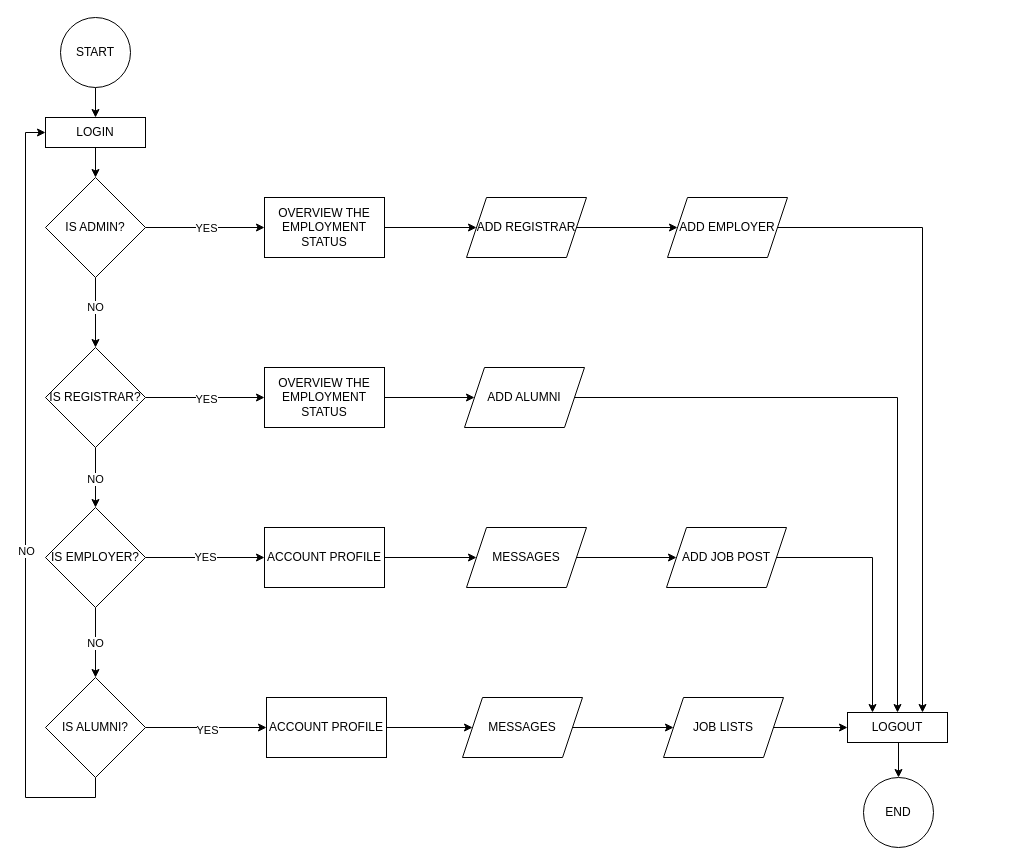
This is page "alumni flowchart" (1 of 12) of docs/FLOWCHART.drawio from 5kydriven/alumni-tracker-system-nuxt, a draw.io file, before an edit. Source tidied: cells renumbered, new cells numbered last; positions are measured from the earlier drawing's top-left corner, leaving out a move shared by most shapes. Both pictures are drawn from the tidied source at 100%, with x=0, y=0 at pixel (45, 17).
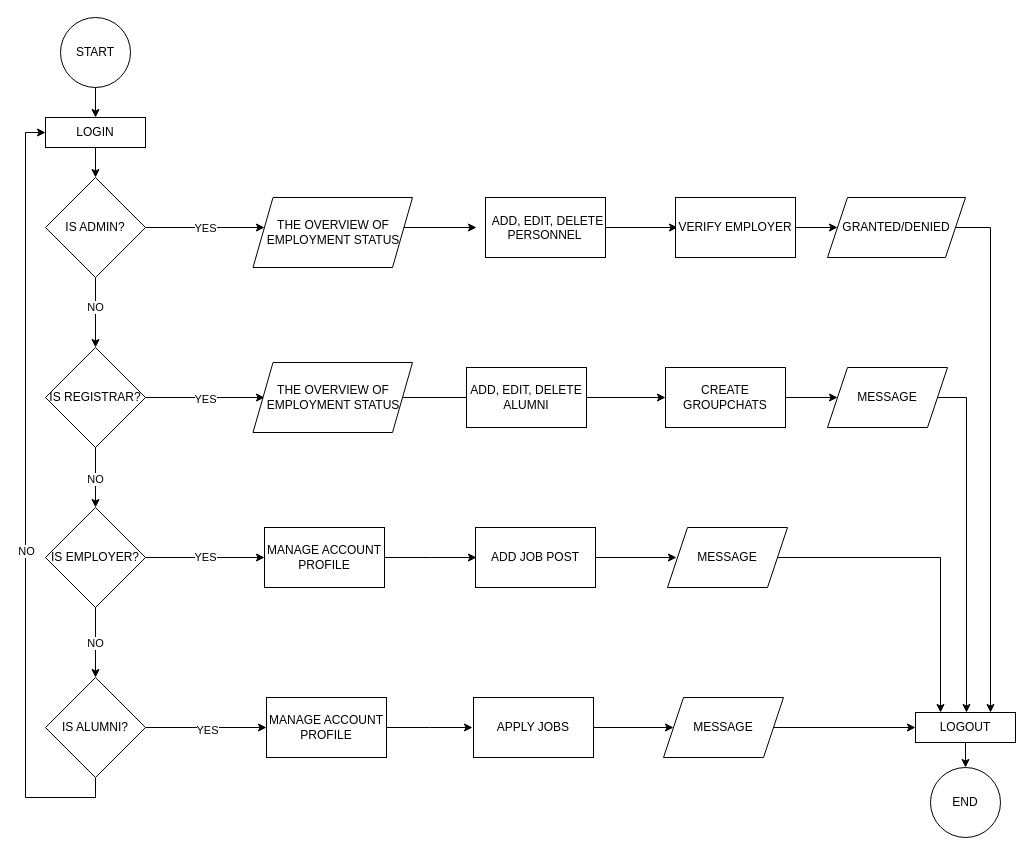
Above is the later version.

Unchanged cells that the change refers to:
```xml
<mxCell id="7" value="&lt;font face=&quot;ARIAL&quot; style=&quot;font-size: 12px;&quot;&gt;IS ADMIN?&lt;/font&gt;" style="rhombus;whiteSpace=wrap;html=1;flipV=1;" parent="1" vertex="1">
  <mxGeometry y="160" width="100" height="100" as="geometry" />
</mxCell>
<mxCell id="15" value="&lt;font face=&quot;ARIAL&quot;&gt;IS REGISTRAR?&lt;/font&gt;" style="rhombus;whiteSpace=wrap;html=1;" parent="1" vertex="1">
  <mxGeometry y="330" width="100" height="100" as="geometry" />
</mxCell>
```

What changed in the source:
```diff
@@
-    <mxCell id="5" style="edgeStyle=orthogonalEdgeStyle;rounded=0;jettySize=auto;html=1;exitX=1;exitY=0.5;exitDx=0;exitDy=0;entryX=0;entryY=0.5;entryDx=0;entryDy=0;" parent="1" edge="1" source="7" target="22">
-      <mxGeometry relative="1" as="geometry" />
+    <mxCell id="5" style="edgeStyle=orthogonalEdgeStyle;rounded=0;jettySize=auto;html=1;exitX=1;exitY=0.5;exitDx=0;exitDy=0;entryX=0;entryY=0.5;entryDx=0;entryDy=0;" parent="1" edge="1" source="7">
+      <mxGeometry relative="1" as="geometry">
+        <mxPoint x="219" y="210" as="targetPoint" />
+      </mxGeometry>
     </mxCell>
@@
-    <mxCell id="11" style="edgeStyle=orthogonalEdgeStyle;rounded=0;jettySize=auto;html=1;exitX=1;exitY=0.5;exitDx=0;exitDy=0;entryX=0;entryY=0.5;entryDx=0;entryDy=0;" parent="1" edge="1" source="15" target="24">
-      <mxGeometry relative="1" as="geometry" />
+    <mxCell id="11" style="edgeStyle=orthogonalEdgeStyle;rounded=0;jettySize=auto;html=1;exitX=1;exitY=0.5;exitDx=0;exitDy=0;entryX=0;entryY=0.5;entryDx=0;entryDy=0;" parent="1" edge="1" source="15">
+      <mxGeometry relative="1" as="geometry">
+        <mxPoint x="219" y="380" as="targetPoint" />
+      </mxGeometry>
     </mxCell>
@@
-    <mxCell id="21" style="edgeStyle=orthogonalEdgeStyle;rounded=0;jettySize=auto;html=1;exitX=1;exitY=0.5;exitDx=0;exitDy=0;entryX=0;entryY=0.5;entryDx=0;entryDy=0;" parent="1" edge="1" source="22" target="28">
-      <mxGeometry relative="1" as="geometry" />
+    <mxCell id="21" style="edgeStyle=orthogonalEdgeStyle;rounded=0;orthogonalLoop=1;jettySize=auto;html=1;exitX=1;exitY=0.5;exitDx=0;exitDy=0;entryX=0;entryY=0.5;entryDx=0;entryDy=0;" parent="1" edge="1">
+      <mxGeometry relative="1" as="geometry">
+        <mxPoint x="339" y="210" as="sourcePoint" />
+        <mxPoint x="431" y="210" as="targetPoint" />
+      </mxGeometry>
     </mxCell>
-    <mxCell id="22" value="&lt;font face=&quot;ARIAL&quot;&gt;OVERVIEW THE EMPLOYMENT STATUS&lt;/font&gt;" style="rounded=0;whiteSpace=wrap;html=1;" parent="1" vertex="1">
-      <mxGeometry x="219" y="180" width="120" height="60" as="geometry" />
-    </mxCell>
-    <mxCell id="23" style="edgeStyle=orthogonalEdgeStyle;rounded=0;jettySize=auto;html=1;exitX=1;exitY=0.5;exitDx=0;exitDy=0;entryX=0;entryY=0.5;entryDx=0;entryDy=0;" parent="1" edge="1" source="24" target="36">
-      <mxGeometry relative="1" as="geometry" />
+    <mxCell id="23" style="edgeStyle=orthogonalEdgeStyle;rounded=0;orthogonalLoop=1;jettySize=auto;html=1;exitX=1;exitY=0.5;exitDx=0;exitDy=0;entryX=0;entryY=0.5;entryDx=0;entryDy=0;" parent="1" edge="1">
+      <mxGeometry relative="1" as="geometry">
+        <mxPoint x="339" y="380" as="sourcePoint" />
+        <mxPoint x="429" y="380" as="targetPoint" />
+      </mxGeometry>
     </mxCell>
-    <mxCell id="24" value="&lt;span style=&quot;font-family: ARIAL;&quot;&gt;OVERVIEW THE EMPLOYMENT STATUS&lt;/span&gt;" style="rounded=0;whiteSpace=wrap;html=1;" parent="1" vertex="1">
-      <mxGeometry x="219" y="350" width="120" height="60" as="geometry" />
-    </mxCell>
-    <mxCell id="25" style="edgeStyle=orthogonalEdgeStyle;rounded=0;jettySize=auto;html=1;exitX=1;exitY=0.5;exitDx=0;exitDy=0;" parent="1" edge="1" source="26" target="34">
-      <mxGeometry relative="1" as="geometry" />
+    <mxCell id="25" style="edgeStyle=orthogonalEdgeStyle;rounded=0;jettySize=auto;html=1;exitX=1;exitY=0.5;exitDx=0;exitDy=0;" parent="1" edge="1" source="26">
+      <mxGeometry relative="1" as="geometry">
+        <mxPoint x="427" y="710" as="targetPoint" />
+      </mxGeometry>
     </mxCell>
-    <mxCell id="26" value="&lt;font face=&quot;ARIAL&quot;&gt;ACCOUNT PROFILE&lt;/font&gt;" style="rounded=0;whiteSpace=wrap;html=1;" parent="1" vertex="1">
+    <mxCell id="26" value="&lt;font face=&quot;ARIAL&quot;&gt;MANAGE ACCOUNT PROFILE&lt;/font&gt;" style="rounded=0;whiteSpace=wrap;html=1;" parent="1" vertex="1">
       <mxGeometry x="221" y="680" width="120" height="60" as="geometry" />
     </mxCell>
-    <mxCell id="27" style="edgeStyle=orthogonalEdgeStyle;rounded=0;jettySize=auto;html=1;exitX=1;exitY=0.5;exitDx=0;exitDy=0;entryX=0;entryY=0.5;entryDx=0;entryDy=0;" parent="1" edge="1" source="28" target="30">
-      <mxGeometry relative="1" as="geometry" />
+    <mxCell id="27" style="edgeStyle=orthogonalEdgeStyle;rounded=0;orthogonalLoop=1;jettySize=auto;html=1;exitX=1;exitY=0.5;exitDx=0;exitDy=0;entryX=0;entryY=0.5;entryDx=0;entryDy=0;" parent="1" edge="1">
+      <mxGeometry relative="1" as="geometry">
+        <mxPoint x="550" y="210" as="sourcePoint" />
+        <mxPoint x="632" y="210" as="targetPoint" />
+      </mxGeometry>
     </mxCell>
-    <mxCell id="28" value="&lt;font face=&quot;ARIAL&quot;&gt;ADD REGISTRAR&lt;/font&gt;" style="shape=parallelogram;perimeter=parallelogramPerimeter;whiteSpace=wrap;html=1;fixedSize=1;" parent="1" vertex="1">
-      <mxGeometry x="421" y="180" width="120" height="60" as="geometry" />
-    </mxCell>
-    <mxCell id="29" style="edgeStyle=orthogonalEdgeStyle;rounded=0;jettySize=auto;html=1;exitX=1;exitY=0.5;exitDx=0;exitDy=0;entryX=0.75;entryY=0;entryDx=0;entryDy=0;" parent="1" edge="1" source="30" target="38">
-      <mxGeometry relative="1" as="geometry" />
-    </mxCell>
-    <mxCell id="30" value="&lt;font face=&quot;ARIAL&quot;&gt;ADD EMPLOYER&lt;/font&gt;" style="shape=parallelogram;perimeter=parallelogramPerimeter;whiteSpace=wrap;html=1;fixedSize=1;" parent="1" vertex="1">
-      <mxGeometry x="622" y="180" width="120" height="60" as="geometry" />
-    </mxCell>
-    <mxCell id="31" style="edgeStyle=orthogonalEdgeStyle;rounded=0;jettySize=auto;html=1;exitX=1;exitY=0.5;exitDx=0;exitDy=0;entryX=0;entryY=0.5;entryDx=0;entryDy=0;" parent="1" edge="1" source="32" target="38">
-      <mxGeometry relative="1" as="geometry" />
-    </mxCell>
-    <mxCell id="32" value="&lt;font face=&quot;ARIAL&quot;&gt;JOB LISTS&lt;/font&gt;" style="shape=parallelogram;perimeter=parallelogramPerimeter;whiteSpace=wrap;html=1;fixedSize=1;" parent="1" vertex="1">
-      <mxGeometry x="618" y="680" width="120" height="60" as="geometry" />
-    </mxCell>
-    <mxCell id="33" style="edgeStyle=orthogonalEdgeStyle;rounded=0;jettySize=auto;html=1;exitX=1;exitY=0.5;exitDx=0;exitDy=0;" parent="1" edge="1" source="34" target="32">
-      <mxGeometry relative="1" as="geometry" />
+    <mxCell id="33" style="edgeStyle=orthogonalEdgeStyle;rounded=0;orthogonalLoop=1;jettySize=auto;html=1;exitX=1;exitY=0.5;exitDx=0;exitDy=0;" parent="1" edge="1">
+      <mxGeometry relative="1" as="geometry">
+        <mxPoint x="527" y="710" as="sourcePoint" />
+        <mxPoint x="628" y="710" as="targetPoint" />
+      </mxGeometry>
     </mxCell>
-    <mxCell id="34" value="&lt;font face=&quot;ARIAL&quot;&gt;MESSAGES&lt;/font&gt;" style="shape=parallelogram;perimeter=parallelogramPerimeter;whiteSpace=wrap;html=1;fixedSize=1;" parent="1" vertex="1">
-      <mxGeometry x="417" y="680" width="120" height="60" as="geometry" />
-    </mxCell>
-    <mxCell id="35" style="edgeStyle=orthogonalEdgeStyle;rounded=0;jettySize=auto;html=1;exitX=1;exitY=0.5;exitDx=0;exitDy=0;" parent="1" edge="1" source="36" target="38">
-      <mxGeometry relative="1" as="geometry" />
-    </mxCell>
-    <mxCell id="36" value="&lt;font face=&quot;ARIAL&quot;&gt;ADD ALUMNI&lt;/font&gt;" style="shape=parallelogram;perimeter=parallelogramPerimeter;whiteSpace=wrap;html=1;fixedSize=1;" parent="1" vertex="1">
-      <mxGeometry x="419" y="350" width="120" height="60" as="geometry" />
-    </mxCell>
-    <mxCell id="37" style="edgeStyle=orthogonalEdgeStyle;rounded=0;jettySize=auto;html=1;exitX=0.5;exitY=1;exitDx=0;exitDy=0;entryX=0.5;entryY=0;entryDx=0;entryDy=0;" parent="1" edge="1" source="38" target="39">
-      <mxGeometry relative="1" as="geometry" />
-    </mxCell>
-    <mxCell id="38" value="&lt;font face=&quot;ARIAL&quot;&gt;LOGOUT&lt;/font&gt;" style="rounded=0;whiteSpace=wrap;html=1;" parent="1" vertex="1">
-      <mxGeometry x="802" y="695" width="100" height="30" as="geometry" />
-    </mxCell>
     <mxCell id="39" value="&lt;font face=&quot;ARIAL&quot;&gt;END&lt;/font&gt;" style="ellipse;whiteSpace=wrap;html=1;" parent="1" vertex="1">
-      <mxGeometry x="818" y="760" width="70" height="70" as="geometry" />
+      <mxGeometry x="885" y="750" width="70" height="70" as="geometry" />
     </mxCell>
@@
-    <mxCell id="45" style="edgeStyle=orthogonalEdgeStyle;rounded=0;jettySize=auto;html=1;exitX=1;exitY=0.5;exitDx=0;exitDy=0;" parent="1" edge="1" source="46" target="48">
-      <mxGeometry relative="1" as="geometry" />
+    <mxCell id="45" style="edgeStyle=orthogonalEdgeStyle;rounded=0;jettySize=auto;html=1;exitX=1;exitY=0.5;exitDx=0;exitDy=0;" parent="1" edge="1" source="46">
+      <mxGeometry relative="1" as="geometry">
+        <mxPoint x="431" y="540" as="targetPoint" />
+      </mxGeometry>
     </mxCell>
-    <mxCell id="46" value="&lt;font face=&quot;ARIAL&quot;&gt;ACCOUNT PROFILE&lt;/font&gt;" style="rounded=0;whiteSpace=wrap;html=1;" parent="1" vertex="1">
+    <mxCell id="46" value="&lt;font face=&quot;ARIAL&quot;&gt;MANAGE ACCOUNT PROFILE&lt;/font&gt;" style="rounded=0;whiteSpace=wrap;html=1;" parent="1" vertex="1">
       <mxGeometry x="219" y="510" width="120" height="60" as="geometry" />
     </mxCell>
-    <mxCell id="47" style="edgeStyle=orthogonalEdgeStyle;rounded=0;jettySize=auto;html=1;exitX=1;exitY=0.5;exitDx=0;exitDy=0;" parent="1" edge="1" source="48" target="50">
-      <mxGeometry relative="1" as="geometry" />
+    <mxCell id="47" style="edgeStyle=orthogonalEdgeStyle;rounded=0;orthogonalLoop=1;jettySize=auto;html=1;exitX=1;exitY=0.5;exitDx=0;exitDy=0;" parent="1" edge="1">
+      <mxGeometry relative="1" as="geometry">
+        <mxPoint x="531" y="540" as="sourcePoint" />
+        <mxPoint x="631" y="540" as="targetPoint" />
+      </mxGeometry>
     </mxCell>
-    <mxCell id="48" value="&lt;font face=&quot;ARIAL&quot;&gt;MESSAGES&lt;/font&gt;" style="shape=parallelogram;perimeter=parallelogramPerimeter;whiteSpace=wrap;html=1;fixedSize=1;" parent="1" vertex="1">
-      <mxGeometry x="421" y="510" width="120" height="60" as="geometry" />
-    </mxCell>
-    <mxCell id="49" style="edgeStyle=orthogonalEdgeStyle;rounded=0;jettySize=auto;html=1;exitX=1;exitY=0.5;exitDx=0;exitDy=0;entryX=0.25;entryY=0;entryDx=0;entryDy=0;" parent="1" edge="1" source="50" target="38">
-      <mxGeometry relative="1" as="geometry" />
-    </mxCell>
+    <mxCell id="51" value="THE OVERVIEW OF EMPLOYMENT STATUS" style="shape=parallelogram;perimeter=parallelogramPerimeter;whiteSpace=wrap;html=1;fixedSize=1;" parent="1" vertex="1">
+      <mxGeometry x="207.5" y="180" width="159.5" height="70" as="geometry" />
+    </mxCell>
+    <mxCell id="52" value="THE OVERVIEW OF EMPLOYMENT STATUS" style="shape=parallelogram;perimeter=parallelogramPerimeter;whiteSpace=wrap;html=1;fixedSize=1;" parent="1" vertex="1">
+      <mxGeometry x="207.5" y="345" width="159.5" height="70" as="geometry" />
+    </mxCell>
+    <mxCell id="53" style="rounded=0;whiteSpace=wrap;html=1;" parent="1" vertex="1">
+      <mxGeometry x="440" y="180" width="120" height="60" as="geometry" />
+    </mxCell>
+    <mxCell id="54" value="&lt;div style=&quot;text-align: center;&quot;&gt;&lt;span style=&quot;background-color: transparent; color: light-dark(rgb(0, 0, 0), rgb(255, 255, 255));&quot;&gt;&lt;font face=&quot;ARIAL&quot;&gt;ADD, EDIT, DELETE PERSONNEL&lt;span style=&quot;white-space: pre;&quot;&gt;&#9;&lt;/span&gt;&lt;/font&gt;&lt;/span&gt;&lt;/div&gt;" style="text;whiteSpace=wrap;html=1;" parent="1" vertex="1">
+      <mxGeometry x="443" y="190" width="117" height="40" as="geometry" />
+    </mxCell>
+    <mxCell id="55" value="APPLY JOBS" style="rounded=0;whiteSpace=wrap;html=1;" parent="1" vertex="1">
+      <mxGeometry x="428" y="680" width="120" height="60" as="geometry" />
+    </mxCell>
-    <mxCell id="50" value="&lt;font face=&quot;ARIAL&quot;&gt;ADD JOB POST&lt;/font&gt;" style="shape=parallelogram;perimeter=parallelogramPerimeter;whiteSpace=wrap;html=1;fixedSize=1;" parent="1" vertex="1">
-      <mxGeometry x="621" y="510" width="120" height="60" as="geometry" />
+    <mxCell id="50" value="ADD JOB POST" style="rounded=0;whiteSpace=wrap;html=1;" parent="1" vertex="1">
+      <mxGeometry x="430" y="510" width="120" height="60" as="geometry" />
     </mxCell>
+    <mxCell id="56" style="edgeStyle=orthogonalEdgeStyle;rounded=0;jettySize=auto;html=1;exitX=1;exitY=0.5;exitDx=0;exitDy=0;entryX=0;entryY=0.5;entryDx=0;entryDy=0;" parent="1" edge="1" source="57" target="65">
+      <mxGeometry relative="1" as="geometry" />
+    </mxCell>
+    <mxCell id="57" value="VERIFY EMPLOYER" style="rounded=0;whiteSpace=wrap;html=1;" parent="1" vertex="1">
+      <mxGeometry x="630" y="180" width="120" height="60" as="geometry" />
+    </mxCell>
+    <mxCell id="58" value="ADD, EDIT, DELETE ALUMNI" style="rounded=0;whiteSpace=wrap;html=1;" parent="1" vertex="1">
+      <mxGeometry x="421" y="350" width="120" height="60" as="geometry" />
+    </mxCell>
+    <mxCell id="59" style="endArrow=classic;html=1;rounded=0;exitX=1;exitY=0.5;exitDx=0;exitDy=0;" parent="1" edge="1" source="58">
+      <mxGeometry relative="1" as="geometry">
+        <mxPoint x="620" y="380" as="targetPoint" />
+      </mxGeometry>
+    </mxCell>
+    <mxCell id="60" style="edgeStyle=orthogonalEdgeStyle;rounded=0;jettySize=auto;html=1;exitX=1;exitY=0.5;exitDx=0;exitDy=0;entryX=0;entryY=0.5;entryDx=0;entryDy=0;" parent="1" edge="1" source="61" target="63">
+      <mxGeometry relative="1" as="geometry" />
+    </mxCell>
+    <mxCell id="61" value="CREATE GROUPCHATS" style="rounded=0;whiteSpace=wrap;html=1;" parent="1" vertex="1">
+      <mxGeometry x="620" y="350" width="120" height="60" as="geometry" />
+    </mxCell>
+    <mxCell id="62" style="edgeStyle=orthogonalEdgeStyle;rounded=0;orthogonalLoop=1;jettySize=auto;html=1;exitX=1;exitY=0.5;exitDx=0;exitDy=0;entryX=0.75;entryY=0;entryDx=0;entryDy=0;" parent="1" edge="1">
+      <mxGeometry relative="1" as="geometry">
+        <mxPoint x="868" y="380" as="sourcePoint" />
+        <mxPoint x="921" y="695" as="targetPoint" />
+        <Array as="points">
+          <mxPoint x="921" y="380" />
+        </Array>
+      </mxGeometry>
+    </mxCell>
+    <mxCell id="63" value="&lt;font face=&quot;ARIAL&quot;&gt;MESSAGE&lt;/font&gt;" style="shape=parallelogram;perimeter=parallelogramPerimeter;whiteSpace=wrap;html=1;fixedSize=1;" parent="1" vertex="1">
+      <mxGeometry x="782" y="350" width="120" height="60" as="geometry" />
+    </mxCell>
+    <mxCell id="64" style="edgeStyle=orthogonalEdgeStyle;rounded=0;jettySize=auto;html=1;exitX=1;exitY=0.5;exitDx=0;exitDy=0;entryX=0.75;entryY=0;entryDx=0;entryDy=0;" parent="1" edge="1" source="65" target="38">
+      <mxGeometry relative="1" as="geometry">
+        <Array as="points">
+          <mxPoint x="945" y="210" />
+        </Array>
+      </mxGeometry>
+    </mxCell>
+    <mxCell id="65" value="GRANTED/DENIED" style="shape=parallelogram;perimeter=parallelogramPerimeter;whiteSpace=wrap;html=1;fixedSize=1;" parent="1" vertex="1">
+      <mxGeometry x="782" y="180" width="138" height="60" as="geometry" />
+    </mxCell>
+    <mxCell id="66" style="edgeStyle=orthogonalEdgeStyle;rounded=0;jettySize=auto;html=1;exitX=1;exitY=0.5;exitDx=0;exitDy=0;entryX=0.25;entryY=0;entryDx=0;entryDy=0;" parent="1" edge="1" source="67" target="38">
+      <mxGeometry relative="1" as="geometry" />
+    </mxCell>
+    <mxCell id="67" value="&lt;font face=&quot;ARIAL&quot;&gt;MESSAGE&lt;/font&gt;" style="shape=parallelogram;perimeter=parallelogramPerimeter;whiteSpace=wrap;html=1;fixedSize=1;" parent="1" vertex="1">
+      <mxGeometry x="622" y="510" width="120" height="60" as="geometry" />
+    </mxCell>
+    <mxCell id="68" style="edgeStyle=orthogonalEdgeStyle;rounded=0;jettySize=auto;html=1;exitX=1;exitY=0.5;exitDx=0;exitDy=0;entryX=0;entryY=0.5;entryDx=0;entryDy=0;" parent="1" edge="1" source="69" target="38">
+      <mxGeometry relative="1" as="geometry" />
+    </mxCell>
+    <mxCell id="69" value="&lt;font face=&quot;ARIAL&quot;&gt;MESSAGE&lt;/font&gt;" style="shape=parallelogram;perimeter=parallelogramPerimeter;whiteSpace=wrap;html=1;fixedSize=1;" parent="1" vertex="1">
+      <mxGeometry x="618" y="680" width="120" height="60" as="geometry" />
+    </mxCell>
+    <mxCell id="37" style="edgeStyle=orthogonalEdgeStyle;rounded=0;jettySize=auto;html=1;exitX=0.5;exitY=1;exitDx=0;exitDy=0;entryX=0.5;entryY=0;entryDx=0;entryDy=0;" parent="1" edge="1" source="38" target="39">
+      <mxGeometry relative="1" as="geometry" />
+    </mxCell>
+    <mxCell id="38" value="&lt;font face=&quot;ARIAL&quot;&gt;LOGOUT&lt;/font&gt;" style="rounded=0;whiteSpace=wrap;html=1;" parent="1" vertex="1">
+      <mxGeometry x="870" y="695" width="100" height="30" as="geometry" />
+    </mxCell>
```
